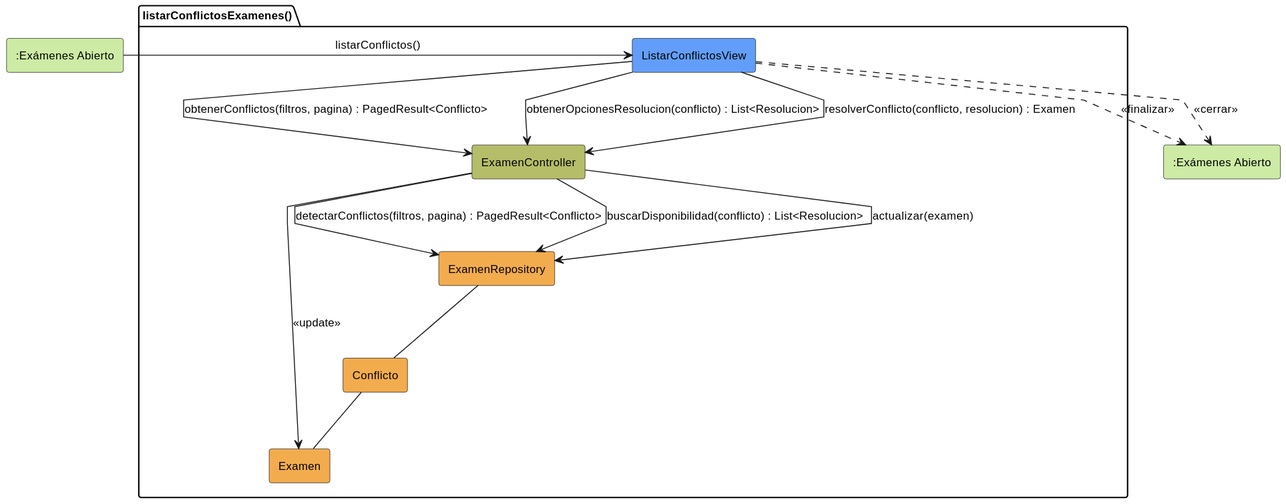
Earlier version of the PlantUML export images/01-analisis/casos-uso/listarConflictosExamenes/listarConflictosExamenes-analisis.svg (carlos-alvarado-25/25-26-idsw2-sdVC).
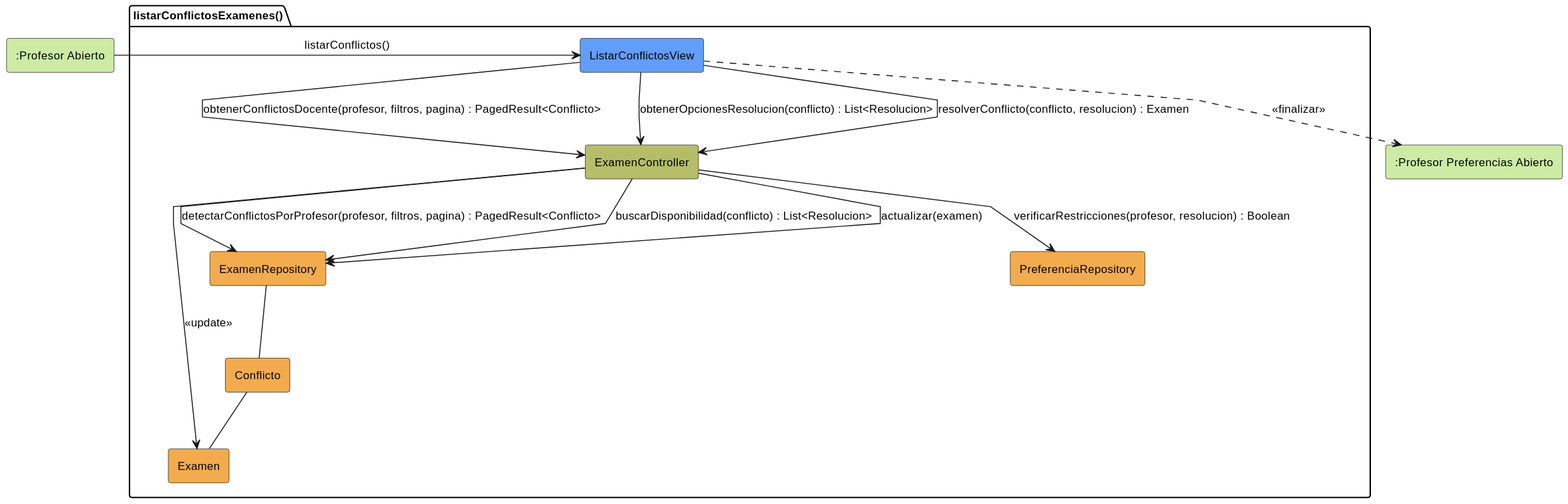
Later version of the same file.

Commit message:
Refactor UML diagrams for exam conflict management and professor assignment

Diff of the diagram source:
```diff
@@ -5,33 +5,34 @@
 skinparam DefaultFontSize 12
 skinparam linetype polyline
 
-rectangle #CDEBA5 ":Exámenes Abierto" as ExamenesAbierto
+rectangle #CDEBA5 ":Profesor Abierto" as ProfesorAbiertoEntrada
 
 package listarConflictosExamenes as "listarConflictosExamenes()" {
     rectangle #629EF9 ListarConflictosView
     rectangle #b5bd68 ExamenController
     rectangle #F2AC4E ExamenRepository
+    rectangle #F2AC4E PreferenciaRepository
     rectangle #F2AC4E Conflicto
     rectangle #F2AC4E Examen
 }
 
-rectangle #CDEBA5 ":Exámenes Abierto" as ExamenesAbiertoSalida
+rectangle #CDEBA5 ":Profesor Preferencias Abierto" as ProfesorPreferenciasSalida
 
-ExamenesAbierto -r-> ListarConflictosView: listarConflictos()
+ProfesorAbiertoEntrada -r-> ListarConflictosView: listarConflictos()
 
-ListarConflictosView -d-> ExamenController: obtenerConflictos(filtros, pagina) : PagedResult<Conflicto>
-ExamenController -d-> ExamenRepository: detectarConflictos(filtros, pagina) : PagedResult<Conflicto>
+ListarConflictosView -d-> ExamenController: obtenerConflictosDocente(profesor, filtros, pagina) : PagedResult<Conflicto>
+ExamenController -d-> ExamenRepository: detectarConflictosPorProfesor(profesor, filtros, pagina) : PagedResult<Conflicto>
 
 ExamenRepository -- Conflicto
 Conflicto -- Examen
 
 ListarConflictosView -d-> ExamenController: obtenerOpcionesResolucion(conflicto) : List<Resolucion>
 ExamenController -d-> ExamenRepository: buscarDisponibilidad(conflicto) : List<Resolucion>
+ExamenController -d-> PreferenciaRepository: verificarRestricciones(profesor, resolucion) : Boolean
 
 ListarConflictosView -d-> ExamenController: resolverConflicto(conflicto, resolucion) : Examen
 ExamenController -r-> Examen: <<update>>
 ExamenController -d-> ExamenRepository: actualizar(examen)
 
-ListarConflictosView ..> ExamenesAbiertoSalida: <<finalizar>>
-ListarConflictosView ..> ExamenesAbiertoSalida: <<cerrar>>
+ListarConflictosView ..> ProfesorPreferenciasSalida: <<finalizar>>
 @enduml
```
